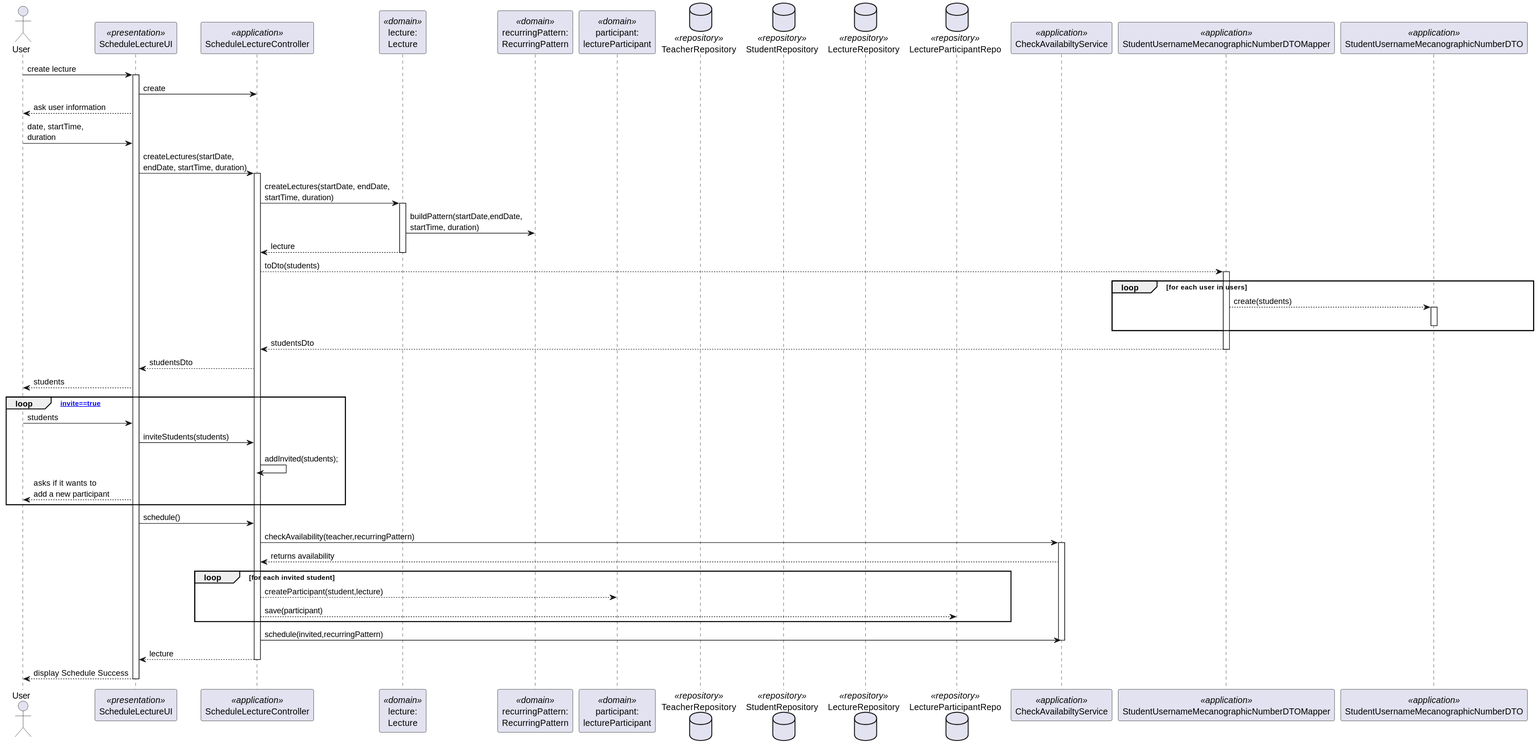
Before: docs/us_1010/scheduleLectureSD.svg, a diagram exported from PlantUML (jovami/isep-lapr4).
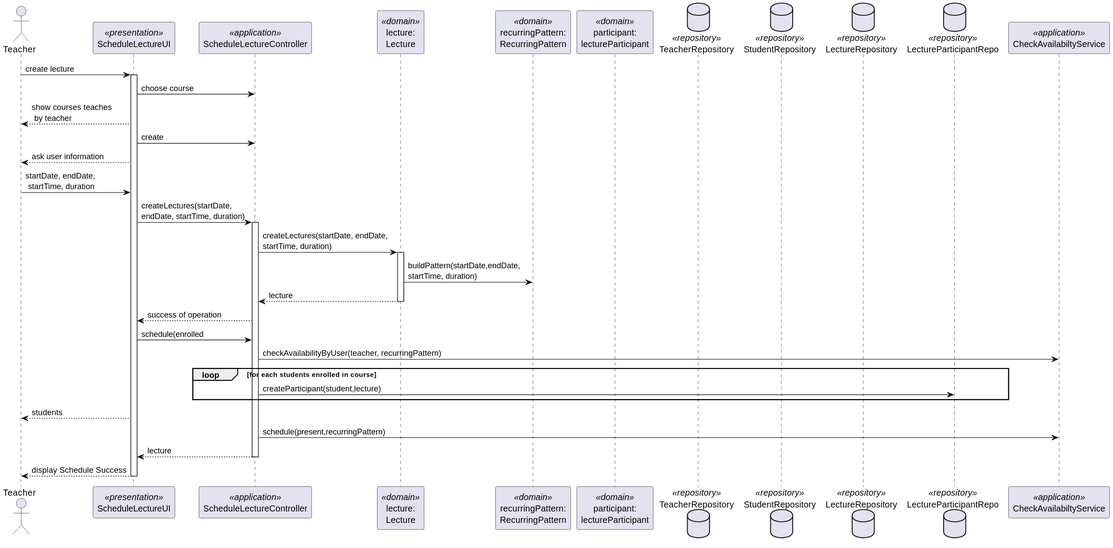
After the change.

Commit message:
docs(us_1010): fix schedule to add all students of a course

Change to the diagram source:
```diff
@@ -2,7 +2,7 @@
 skinparam packageStyle rect
 skinparam shadowing false
 
-actor User as Actor
+actor Teacher as Actor
 participant ScheduleLectureUI as UI <<presentation>> order 1
 participant ScheduleLectureController as Controller <<application>> order 2
 participant "lecture:\nLecture" as lecture <<domain>> order 3
@@ -13,16 +13,17 @@
 database LectureRepository as lectureRepo <<repository>> order 9
 database LectureParticipantRepo as participantRepo <<repository>> order 10
 participant CheckAvailabiltyService as AvailService <<application>> order 11
-participant StudentUsernameMecanographicNumberDTOMapper as Mapper <<application>> order 12
-participant StudentUsernameMecanographicNumberDTO as DTO <<application>> order 13
+
 
 Actor -> UI : create lecture
 activate UI
+    UI -> Controller : choose course
+    Actor <-- UI : show courses teaches\n by teacher
     UI -> Controller : create
 
     deactivate Controller
     Actor <-- UI : ask user information
-    Actor -> UI : date, startTime, \nduration
+    Actor -> UI : startDate, endDate,\n startTime, duration
     UI -> Controller : createLectures(startDate, \nendDate, startTime, duration)
     activate Controller
             Controller -> lecture : createLectures(startDate, endDate, \nstartTime, duration)
@@ -30,40 +31,20 @@
                 lecture -> Pattern : buildPattern(startDate,endDate, \nstartTime, duration)
             Controller <-- lecture : lecture
             deactivate lecture
-            Controller --> Mapper : toDto(students)
-            loop for each user in users
-            activate Mapper
-            Mapper --> DTO : create(students)
-            activate DTO
 
-            deactivate DTO
+            Controller --> UI : success of operation
+            UI -> Controller : schedule(enrolled
+            Controller -> AvailService : checkAvailabilityByUser(teacher, recurringPattern)
+            loop for each students enrolled in course
+                Controller -> participantRepo : createParticipant(student,lecture)
+
+
             end
-            Controller <-- Mapper : studentsDto
-            deactivate Mapper
-            UI <-- Controller : studentsDto
+
             Actor <-- UI : students
 
-    loop [invite==true]
-            Actor -> UI : students
-            UI -> Controller : inviteStudents(students)
-            Controller -> Controller : addInvited(students);
 
-        deactivate lectureRepo
-
-    Actor <-- UI : asks if it wants to \nadd a new participant
-    end
-
-    UI -> Controller : schedule()
-
-    Controller -> AvailService : checkAvailability(teacher,recurringPattern)
-    activate AvailService
-     Controller <-- AvailService : returns availability
-    loop for each invited student
-            Controller --> lectureParticipant: createParticipant(student,lecture)
-            Controller --> participantRepo: save(participant)
-            activate lectureRepo
-    end
-    Controller -> AvailService : schedule(invited,recurringPattern)
+    Controller -> AvailService : schedule(present,recurringPattern)
     deactivate AvailService
 
     UI <-- Controller : lecture
```
